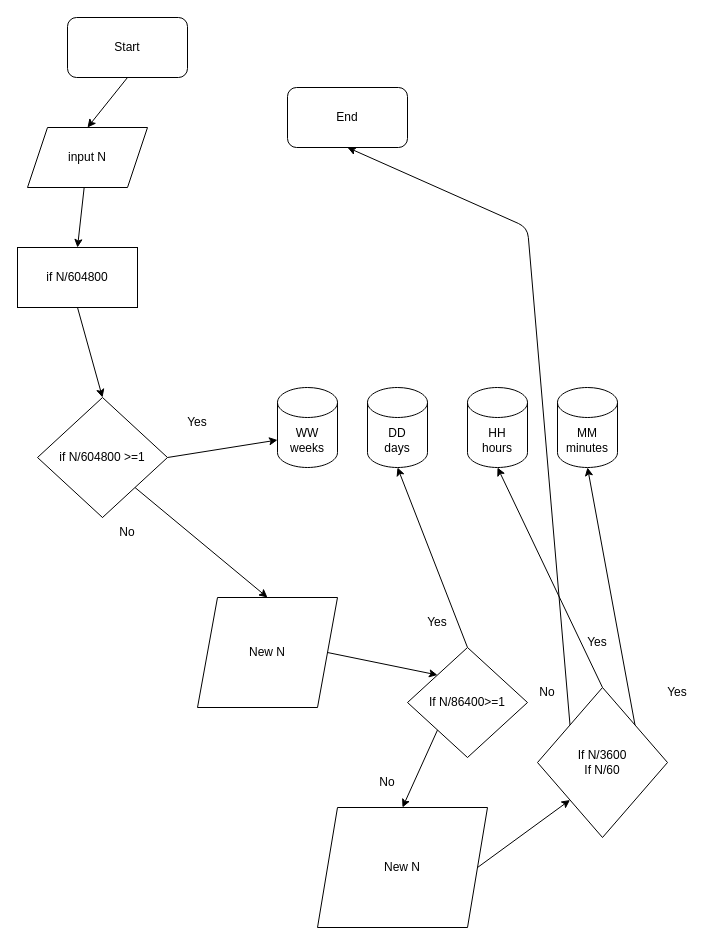
ivmaksimov/FE16-Algorithms-DAY1-Ivan-Nikolaus keeps this draw.io diagram as Nicolaus/intermediate1.drawio. Above is the earlier version. Source tidied: cells renumbered, new cells numbered last; positions are measured from the earlier drawing's top-left corner, leaving out a move shared by most shapes. Both pictures are drawn from the tidied source at 100%, with x=0, y=0 at pixel (17, 17).
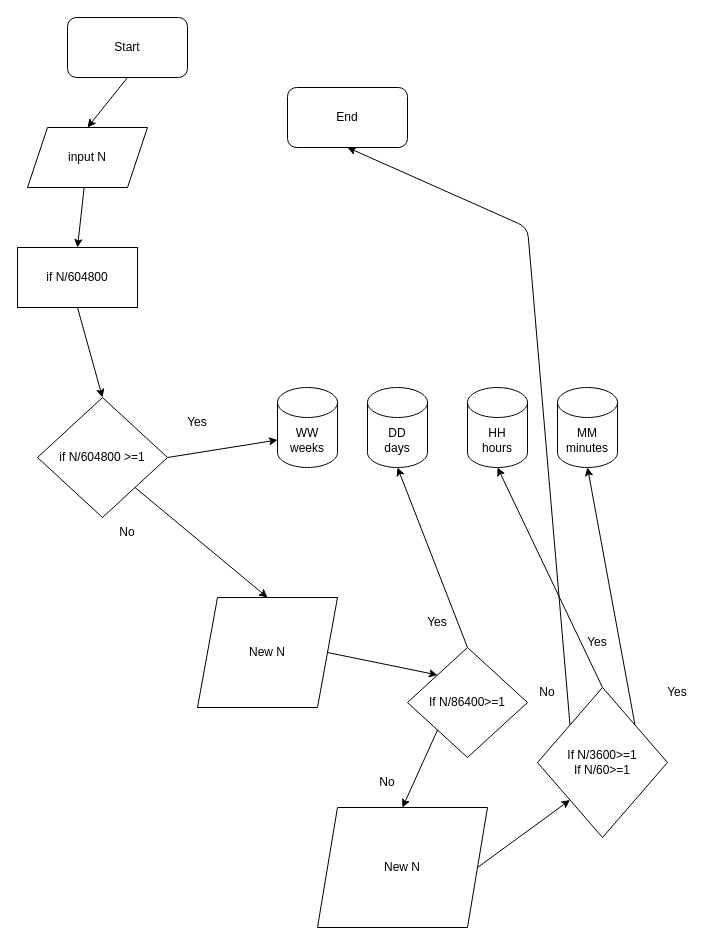
After the change.

Change to the diagram source:
```diff
@@
-    <mxCell id="30" value="If N/3600&lt;br&gt;If N/60" style="rhombus;whiteSpace=wrap;html=1;" parent="1" vertex="1">
+    <mxCell id="30" value="If N/3600&amp;gt;=1&lt;br&gt;If N/60&amp;gt;=1" style="rhombus;whiteSpace=wrap;html=1;" parent="1" vertex="1">
       <mxGeometry x="520" y="670" width="130" height="150" as="geometry" />
     </mxCell>
```
